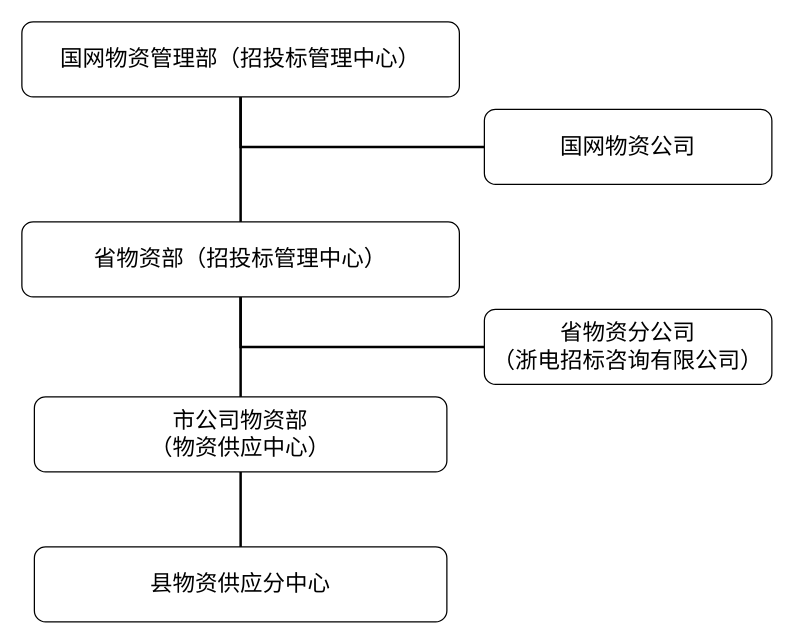
The draw.io diagram 国网物资组织结构图.drawio in KongValley/Bilibili-desc, before the edit. Source tidied: cells renumbered, new cells numbered last; positions are measured from the earlier drawing's top-left corner, leaving out a move shared by most shapes. Both pictures are drawn from the tidied source at 125%, with x=0, y=0 at pixel (21, 21).
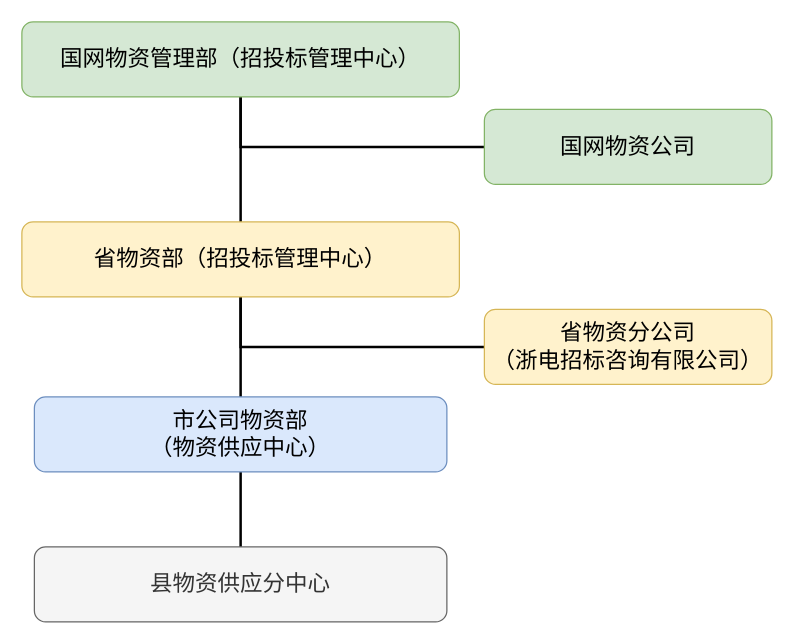
After the change.

Commit message (it also covers changes not shown here):
更新国网物资组织结构图.drawio

The edit, as a diff of the source:
```diff
@@
 <mxGraphModel>
   <root>
     <mxCell id="0" />
     <mxCell id="1" parent="0" />
     <mxCell id="2" style="edgeStyle=orthogonalEdgeStyle;rounded=0;jettySize=auto;html=1;fontSize=18;strokeWidth=2;endArrow=none;endFill=0;" parent="1" edge="1" source="4" target="7">
       <mxGeometry relative="1" as="geometry" />
     </mxCell>
     <mxCell id="3" style="edgeStyle=orthogonalEdgeStyle;rounded=0;jettySize=auto;html=1;entryX=0;entryY=0.5;entryDx=0;entryDy=0;fontSize=18;strokeWidth=2;exitX=0.5;exitY=1;exitDx=0;exitDy=0;endArrow=none;endFill=0;" parent="1" edge="1" source="4" target="8">
       <mxGeometry relative="1" as="geometry" />
     </mxCell>
-    <mxCell id="4" value="国网物资管理部（招投标管理中心）" style="rounded=1;whiteSpace=wrap;html=1;fontSize=18;fontFamily=MiSans;" parent="1" vertex="1">
+    <mxCell id="4" value="国网物资管理部（招投标管理中心）" style="rounded=1;whiteSpace=wrap;html=1;fontSize=18;fontFamily=MiSans;fillColor=#d5e8d4;strokeColor=#82b366;" parent="1" vertex="1">
       <mxGeometry width="350" height="60" as="geometry" />
     </mxCell>
     <mxCell id="5" style="edgeStyle=orthogonalEdgeStyle;rounded=0;jettySize=auto;html=1;fontSize=18;strokeWidth=2;endArrow=none;endFill=0;" parent="1" edge="1" source="7" target="10">
       <mxGeometry relative="1" as="geometry" />
     </mxCell>
     <mxCell id="6" style="edgeStyle=orthogonalEdgeStyle;rounded=0;jettySize=auto;html=1;entryX=0;entryY=0.5;entryDx=0;entryDy=0;fontSize=18;strokeWidth=2;exitX=0.5;exitY=1;exitDx=0;exitDy=0;startArrow=none;startFill=0;endArrow=none;endFill=0;" parent="1" edge="1" source="7" target="11">
       <mxGeometry relative="1" as="geometry" />
     </mxCell>
-    <mxCell id="7" value="省物资部（招投标管理中心）" style="whiteSpace=wrap;html=1;fontSize=18;fontFamily=MiSans;rounded=1;" parent="1" vertex="1">
+    <mxCell id="7" value="省物资部（招投标管理中心）" style="whiteSpace=wrap;html=1;fontSize=18;fontFamily=MiSans;rounded=1;fillColor=#fff2cc;strokeColor=#d6b656;" parent="1" vertex="1">
       <mxGeometry y="160" width="350" height="60" as="geometry" />
     </mxCell>
-    <mxCell id="8" value="国网物资公司" style="whiteSpace=wrap;html=1;fontSize=18;fontFamily=MiSans;rounded=1;" parent="1" vertex="1">
+    <mxCell id="8" value="国网物资公司" style="whiteSpace=wrap;html=1;fontSize=18;fontFamily=MiSans;rounded=1;fillColor=#d5e8d4;strokeColor=#82b366;" parent="1" vertex="1">
       <mxGeometry x="370" y="70" width="230" height="60" as="geometry" />
     </mxCell>
     <mxCell id="9" style="edgeStyle=orthogonalEdgeStyle;rounded=0;jettySize=auto;html=1;entryX=0.5;entryY=0;entryDx=0;entryDy=0;fontSize=18;startArrow=none;startFill=0;endArrow=none;endFill=0;strokeWidth=2;" parent="1" edge="1" source="10" target="12">
       <mxGeometry relative="1" as="geometry" />
     </mxCell>
-    <mxCell id="10" value="市公司物资部&lt;br&gt;（物资供应中心）" style="whiteSpace=wrap;html=1;fontSize=18;fontFamily=MiSans;rounded=1;" parent="1" vertex="1">
+    <mxCell id="10" value="市公司物资部&lt;br&gt;（物资供应中心）" style="whiteSpace=wrap;html=1;fontSize=18;fontFamily=MiSans;rounded=1;fillColor=#dae8fc;strokeColor=#6c8ebf;" parent="1" vertex="1">
       <mxGeometry x="10" y="300" width="330" height="60" as="geometry" />
     </mxCell>
-    <mxCell id="11" value="省物资分公司&lt;br&gt;（浙电招标咨询有限公司）" style="whiteSpace=wrap;html=1;fontSize=18;fontFamily=MiSans;rounded=1;" parent="1" vertex="1">
+    <mxCell id="11" value="省物资分公司&lt;br&gt;（浙电招标咨询有限公司）" style="whiteSpace=wrap;html=1;fontSize=18;fontFamily=MiSans;rounded=1;fillColor=#fff2cc;strokeColor=#d6b656;" parent="1" vertex="1">
       <mxGeometry x="370" y="230" width="230" height="60" as="geometry" />
     </mxCell>
-    <mxCell id="12" value="县物资供应分中心" style="whiteSpace=wrap;html=1;fontSize=18;fontFamily=MiSans;rounded=1;" parent="1" vertex="1">
+    <mxCell id="12" value="县物资供应分中心" style="whiteSpace=wrap;html=1;fontSize=18;fontFamily=MiSans;rounded=1;fillColor=#f5f5f5;strokeColor=#666666;fontColor=#333333;" parent="1" vertex="1">
       <mxGeometry x="10" y="420" width="330" height="60" as="geometry" />
     </mxCell>
   </root>
 </mxGraphModel>
```
